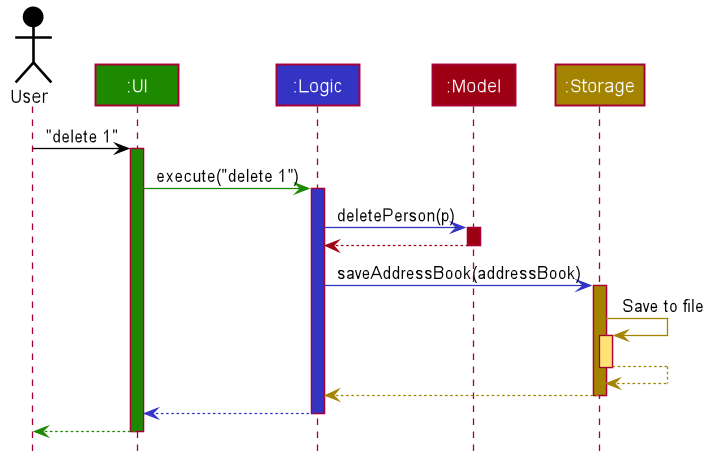
This is docs/images/ArchitectureSequenceDiagram.png from nus-cs2103-AY2122S1/tp, a PlantUML export, as it was before one commit. Source of this version:
```plantuml
@startuml








skinparam BackgroundColor #FFFFFFF

skinparam Shadowing false

skinparam Class {
    FontColor #FFFFFF
    BorderThickness 1
    BorderColor #FFFFFF
    StereotypeFontColor #FFFFFF
    FontName Arial
}

skinparam Actor {
    BorderColor #000000
    Color #000000
    FontName Arial
}

skinparam Sequence {
    MessageAlign center
    BoxFontSize 15
    BoxPadding 0
    BoxFontColor #FFFFFF
    FontName Arial
}

skinparam Participant {
    FontColor #FFFFFFF
    Padding 20
}

skinparam MinClassWidth 50
skinparam ParticipantPadding 10
skinparam Shadowing false
skinparam DefaultTextAlignment center
skinparam packageStyle Rectangle

hide footbox
hide members
hide circle

Actor User as user #000000
Participant ":UI" as ui #1D8900
Participant ":Logic" as logic #3333C4
Participant ":Model" as model #9D0012
Participant ":Storage" as storage #A38300

user -[#000000]> ui : "delete 1"
activate ui #1D8900

ui -[#1D8900]> logic : execute("delete 1")
activate logic #3333C4

logic -[#3333C4]> model : deletePerson(p)
activate model #9D0012

model -[#9D0012]-> logic
deactivate model

logic -[#3333C4]> storage : saveAddressBook(addressBook)
activate storage #A38300

storage -[#A38300]> storage : Save to file
activate storage #FFE374
storage --[#A38300]> storage
deactivate storage

storage --[#A38300]> logic
deactivate storage

logic --[#3333C4]> ui
deactivate logic

ui--[#1D8900]> user
deactivate ui
@enduml
```
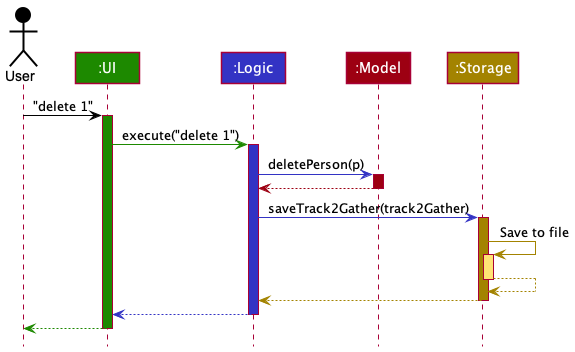
Later version of the same file.

Change to the diagram source:
```diff
@@ -1,85 +1,38 @@
 @startuml
+!include style.puml
 
+Actor User as user USER_COLOR
+Participant ":UI" as ui UI_COLOR
+Participant ":Logic" as logic LOGIC_COLOR
+Participant ":Model" as model MODEL_COLOR
+Participant ":Storage" as storage STORAGE_COLOR
 
+user -[USER_COLOR]> ui : "delete 1"
+activate ui UI_COLOR
 
+ui -[UI_COLOR]> logic : execute("delete 1")
+activate logic LOGIC_COLOR
 
+logic -[LOGIC_COLOR]> model : deletePerson(p)
+activate model MODEL_COLOR
 
-
-
-
-skinparam BackgroundColor #FFFFFFF
-
-skinparam Shadowing false
-
-skinparam Class {
-    FontColor #FFFFFF
-    BorderThickness 1
-    BorderColor #FFFFFF
-    StereotypeFontColor #FFFFFF
-    FontName Arial
-}
-
-skinparam Actor {
-    BorderColor #000000
-    Color #000000
-    FontName Arial
-}
-
-skinparam Sequence {
-    MessageAlign center
-    BoxFontSize 15
-    BoxPadding 0
-    BoxFontColor #FFFFFF
-    FontName Arial
-}
-
-skinparam Participant {
-    FontColor #FFFFFFF
-    Padding 20
-}
-
-skinparam MinClassWidth 50
-skinparam ParticipantPadding 10
-skinparam Shadowing false
-skinparam DefaultTextAlignment center
-skinparam packageStyle Rectangle
-
-hide footbox
-hide members
-hide circle
-
-Actor User as user #000000
-Participant ":UI" as ui #1D8900
-Participant ":Logic" as logic #3333C4
-Participant ":Model" as model #9D0012
-Participant ":Storage" as storage #A38300
-
-user -[#000000]> ui : "delete 1"
-activate ui #1D8900
-
-ui -[#1D8900]> logic : execute("delete 1")
-activate logic #3333C4
-
-logic -[#3333C4]> model : deletePerson(p)
-activate model #9D0012
-
-model -[#9D0012]-> logic
+model -[MODEL_COLOR]-> logic
 deactivate model
 
-logic -[#3333C4]> storage : saveAddressBook(addressBook)
-activate storage #A38300
+logic -[LOGIC_COLOR]> storage : saveTrack2Gather(track2Gather)
+activate storage STORAGE_COLOR
 
-storage -[#A38300]> storage : Save to file
-activate storage #FFE374
-storage --[#A38300]> storage
+storage -[STORAGE_COLOR]> storage : Save to file
+activate storage STORAGE_COLOR_T1
+storage --[STORAGE_COLOR]> storage
 deactivate storage
 
-storage --[#A38300]> logic
+storage --[STORAGE_COLOR]> logic
 deactivate storage
 
-logic --[#3333C4]> ui
+logic --[LOGIC_COLOR]> ui
 deactivate logic
 
-ui--[#1D8900]> user
+ui--[UI_COLOR]> user
 deactivate ui
 @enduml
```
